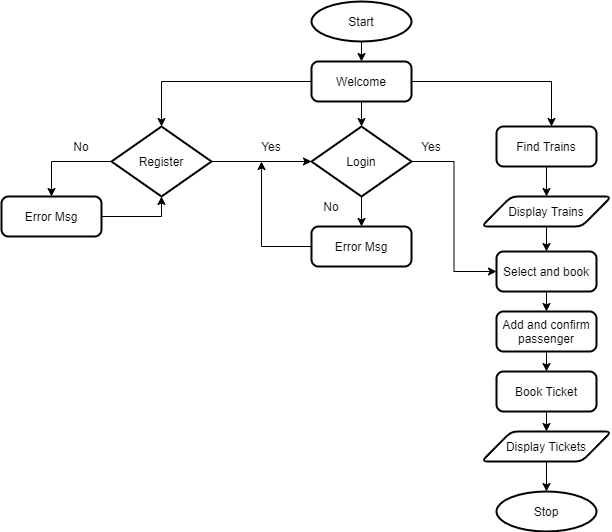
rushii1192/trainTicketManagementSystem keeps this draw.io diagram as src/com/ttms/frontend/Icons/ttmsflowchart.png. Above is the earlier version. Source tidied: cells renumbered, new cells last; positions are measured from the earlier drawing's top-left corner, leaving out a move shared by most shapes. Source of this version:
```xml
<mxGraphModel>
  <root>
    <mxCell id="0" />
    <mxCell id="1" parent="0" />
    <mxCell id="2" style="edgeStyle=orthogonalEdgeStyle;rounded=0;jettySize=auto;html=1;exitX=0.5;exitY=1;exitDx=0;exitDy=0;exitPerimeter=0;entryX=0.5;entryY=0;entryDx=0;entryDy=0;" parent="1" edge="1" source="3" target="7">
      <mxGeometry relative="1" as="geometry" />
    </mxCell>
    <mxCell id="3" value="Start" style="strokeWidth=2;html=1;shape=mxgraph.flowchart.start_1;whiteSpace=wrap;" parent="1" vertex="1">
      <mxGeometry x="310" width="100" height="40" as="geometry" />
    </mxCell>
    <mxCell id="4" style="edgeStyle=orthogonalEdgeStyle;rounded=0;jettySize=auto;html=1;entryX=0.5;entryY=0;entryDx=0;entryDy=0;entryPerimeter=0;" parent="1" edge="1" source="7">
      <mxGeometry relative="1" as="geometry">
        <mxPoint x="550" y="125" as="targetPoint" />
      </mxGeometry>
    </mxCell>
    <mxCell id="5" style="edgeStyle=orthogonalEdgeStyle;rounded=0;jettySize=auto;html=1;entryX=0.5;entryY=0;entryDx=0;entryDy=0;entryPerimeter=0;" parent="1" edge="1" source="7" target="10">
      <mxGeometry relative="1" as="geometry" />
    </mxCell>
    <mxCell id="6" style="edgeStyle=orthogonalEdgeStyle;rounded=0;jettySize=auto;html=1;exitX=0.5;exitY=1;exitDx=0;exitDy=0;entryX=0.5;entryY=0;entryDx=0;entryDy=0;" parent="1" edge="1" source="7">
      <mxGeometry relative="1" as="geometry">
        <mxPoint x="360" y="125" as="targetPoint" />
      </mxGeometry>
    </mxCell>
    <mxCell id="7" value="Welcome" style="rounded=1;whiteSpace=wrap;html=1;absoluteArcSize=1;arcSize=14;strokeWidth=2;" parent="1" vertex="1">
      <mxGeometry x="310" y="60" width="100" height="40" as="geometry" />
    </mxCell>
    <mxCell id="8" style="edgeStyle=orthogonalEdgeStyle;rounded=0;jettySize=auto;html=1;entryX=0.5;entryY=0;entryDx=0;entryDy=0;" parent="1" edge="1" source="10" target="12">
      <mxGeometry relative="1" as="geometry" />
    </mxCell>
    <mxCell id="9" style="edgeStyle=orthogonalEdgeStyle;rounded=0;jettySize=auto;html=1;entryX=0;entryY=0.5;entryDx=0;entryDy=0;entryPerimeter=0;" parent="1" edge="1" source="10" target="31">
      <mxGeometry relative="1" as="geometry" />
    </mxCell>
    <mxCell id="10" value="Register" style="strokeWidth=2;html=1;shape=mxgraph.flowchart.decision;whiteSpace=wrap;" parent="1" vertex="1">
      <mxGeometry x="110" y="125" width="100" height="70" as="geometry" />
    </mxCell>
    <mxCell id="11" style="edgeStyle=orthogonalEdgeStyle;rounded=0;jettySize=auto;html=1;entryX=0.5;entryY=1;entryDx=0;entryDy=0;entryPerimeter=0;" parent="1" edge="1" source="12" target="10">
      <mxGeometry relative="1" as="geometry" />
    </mxCell>
    <mxCell id="12" value="Error Msg" style="rounded=1;whiteSpace=wrap;html=1;absoluteArcSize=1;arcSize=14;strokeWidth=2;" parent="1" vertex="1">
      <mxGeometry y="195" width="100" height="40" as="geometry" />
    </mxCell>
    <mxCell id="13" value="No" style="rounded=0;whiteSpace=wrap;html=1;strokeColor=#FFFFFF;" parent="1" vertex="1">
      <mxGeometry x="60" y="135" width="40" height="20" as="geometry" />
    </mxCell>
    <mxCell id="14" style="edgeStyle=orthogonalEdgeStyle;rounded=0;jettySize=auto;html=1;entryX=0.5;entryY=0;entryDx=0;entryDy=0;" parent="1" edge="1" source="15" target="17">
      <mxGeometry relative="1" as="geometry" />
    </mxCell>
    <mxCell id="15" value="Find Trains" style="rounded=1;whiteSpace=wrap;html=1;absoluteArcSize=1;arcSize=14;strokeWidth=2;" parent="1" vertex="1">
      <mxGeometry x="495" y="125" width="100" height="40" as="geometry" />
    </mxCell>
    <mxCell id="16" style="edgeStyle=orthogonalEdgeStyle;rounded=0;jettySize=auto;html=1;" parent="1" edge="1" source="17" target="19">
      <mxGeometry relative="1" as="geometry" />
    </mxCell>
    <mxCell id="17" value="Display Trains" style="shape=parallelogram;html=1;strokeWidth=2;perimeter=parallelogramPerimeter;whiteSpace=wrap;rounded=1;arcSize=12;size=0.23;" parent="1" vertex="1">
      <mxGeometry x="480" y="195" width="130" height="30" as="geometry" />
    </mxCell>
    <mxCell id="18" style="edgeStyle=orthogonalEdgeStyle;rounded=0;jettySize=auto;html=1;exitX=0.5;exitY=1;exitDx=0;exitDy=0;entryX=0.5;entryY=0;entryDx=0;entryDy=0;" parent="1" edge="1" source="19" target="21">
      <mxGeometry relative="1" as="geometry" />
    </mxCell>
    <mxCell id="19" value="Select and book" style="rounded=1;whiteSpace=wrap;html=1;absoluteArcSize=1;arcSize=14;strokeWidth=2;" parent="1" vertex="1">
      <mxGeometry x="495" y="250" width="100" height="40" as="geometry" />
    </mxCell>
    <mxCell id="20" style="edgeStyle=orthogonalEdgeStyle;rounded=0;jettySize=auto;html=1;exitX=0.5;exitY=1;exitDx=0;exitDy=0;entryX=0.5;entryY=0;entryDx=0;entryDy=0;" parent="1" edge="1" source="21" target="23">
      <mxGeometry relative="1" as="geometry" />
    </mxCell>
    <mxCell id="21" value="Add and confirm passenger" style="rounded=1;whiteSpace=wrap;html=1;absoluteArcSize=1;arcSize=14;strokeWidth=2;" parent="1" vertex="1">
      <mxGeometry x="495" y="310" width="100" height="40" as="geometry" />
    </mxCell>
    <mxCell id="22" style="edgeStyle=orthogonalEdgeStyle;rounded=0;jettySize=auto;html=1;exitX=0.5;exitY=1;exitDx=0;exitDy=0;entryX=0.5;entryY=0;entryDx=0;entryDy=0;" parent="1" edge="1" source="23" target="25">
      <mxGeometry relative="1" as="geometry" />
    </mxCell>
    <mxCell id="23" value="Book Ticket" style="rounded=1;whiteSpace=wrap;html=1;absoluteArcSize=1;arcSize=14;strokeWidth=2;" parent="1" vertex="1">
      <mxGeometry x="495" y="370" width="100" height="40" as="geometry" />
    </mxCell>
    <mxCell id="24" style="edgeStyle=orthogonalEdgeStyle;rounded=0;jettySize=auto;html=1;exitX=0.5;exitY=1;exitDx=0;exitDy=0;entryX=0.5;entryY=0;entryDx=0;entryDy=0;entryPerimeter=0;" parent="1" edge="1" source="25" target="26">
      <mxGeometry relative="1" as="geometry" />
    </mxCell>
    <mxCell id="25" value="Display Tickets" style="shape=parallelogram;html=1;strokeWidth=2;perimeter=parallelogramPerimeter;whiteSpace=wrap;rounded=1;arcSize=12;size=0.23;" parent="1" vertex="1">
      <mxGeometry x="480" y="430" width="130" height="30" as="geometry" />
    </mxCell>
    <mxCell id="26" value="Stop" style="strokeWidth=2;html=1;shape=mxgraph.flowchart.start_1;whiteSpace=wrap;" parent="1" vertex="1">
      <mxGeometry x="495" y="490" width="100" height="40" as="geometry" />
    </mxCell>
    <mxCell id="27" style="edgeStyle=orthogonalEdgeStyle;rounded=0;jettySize=auto;html=1;" parent="1" edge="1" source="28">
      <mxGeometry relative="1" as="geometry">
        <mxPoint x="260" y="160" as="targetPoint" />
      </mxGeometry>
    </mxCell>
    <mxCell id="28" value="Error Msg" style="rounded=1;whiteSpace=wrap;html=1;absoluteArcSize=1;arcSize=14;strokeWidth=2;" parent="1" vertex="1">
      <mxGeometry x="310" y="225" width="100" height="40" as="geometry" />
    </mxCell>
    <mxCell id="29" style="edgeStyle=orthogonalEdgeStyle;rounded=0;jettySize=auto;html=1;entryX=0;entryY=0.5;entryDx=0;entryDy=0;" parent="1" edge="1" source="31" target="19">
      <mxGeometry relative="1" as="geometry" />
    </mxCell>
    <mxCell id="30" style="edgeStyle=orthogonalEdgeStyle;rounded=0;jettySize=auto;html=1;exitX=0.5;exitY=1;exitDx=0;exitDy=0;exitPerimeter=0;entryX=0.5;entryY=0;entryDx=0;entryDy=0;" parent="1" edge="1" source="31" target="28">
      <mxGeometry relative="1" as="geometry" />
    </mxCell>
    <mxCell id="31" value="Login" style="strokeWidth=2;html=1;shape=mxgraph.flowchart.decision;whiteSpace=wrap;" parent="1" vertex="1">
      <mxGeometry x="310" y="125" width="100" height="70" as="geometry" />
    </mxCell>
    <mxCell id="32" value="No" style="rounded=0;whiteSpace=wrap;html=1;strokeColor=#FFFFFF;" parent="1" vertex="1">
      <mxGeometry x="310" y="195" width="40" height="20" as="geometry" />
    </mxCell>
    <mxCell id="33" value="Yes" style="rounded=0;whiteSpace=wrap;html=1;strokeColor=#FFFFFF;" parent="1" vertex="1">
      <mxGeometry x="250" y="135" width="40" height="20" as="geometry" />
    </mxCell>
    <mxCell id="34" value="Yes" style="rounded=0;whiteSpace=wrap;html=1;strokeColor=#FFFFFF;" parent="1" vertex="1">
      <mxGeometry x="410" y="135" width="40" height="20" as="geometry" />
    </mxCell>
  </root>
</mxGraphModel>
```
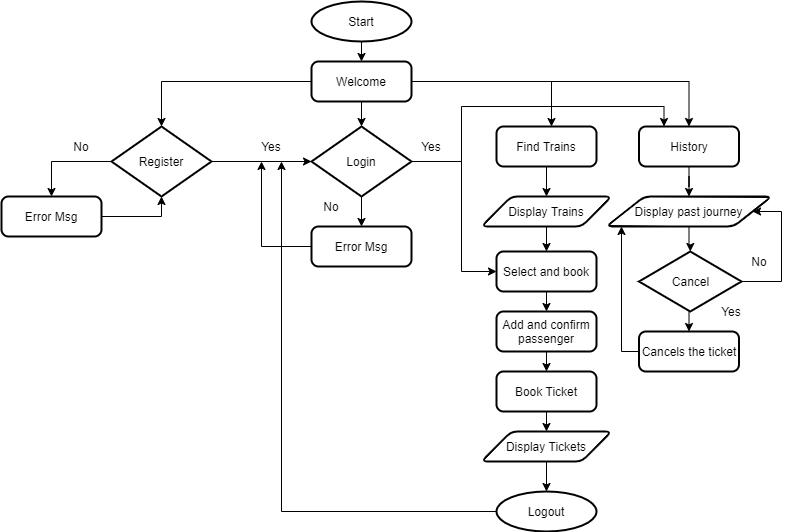
Later version of the same file.

Diff of the diagram source:
```diff
@@ -21,6 +21,9 @@
         <mxPoint x="360" y="125" as="targetPoint" />
       </mxGeometry>
     </mxCell>
+    <mxCell id="35" style="edgeStyle=orthogonalEdgeStyle;rounded=0;jettySize=auto;html=1;entryX=0.5;entryY=0;entryDx=0;entryDy=0;" parent="1" edge="1" source="7" target="39">
+      <mxGeometry relative="1" as="geometry" />
+    </mxCell>
     <mxCell id="7" value="Welcome" style="rounded=1;whiteSpace=wrap;html=1;absoluteArcSize=1;arcSize=14;strokeWidth=2;" parent="1" vertex="1">
       <mxGeometry x="310" y="60" width="100" height="40" as="geometry" />
     </mxCell>
@@ -78,7 +81,12 @@
     <mxCell id="25" value="Display Tickets" style="shape=parallelogram;html=1;strokeWidth=2;perimeter=parallelogramPerimeter;whiteSpace=wrap;rounded=1;arcSize=12;size=0.23;" parent="1" vertex="1">
       <mxGeometry x="480" y="430" width="130" height="30" as="geometry" />
     </mxCell>
+    <mxCell id="36" style="edgeStyle=orthogonalEdgeStyle;rounded=0;jettySize=auto;html=1;" parent="1" edge="1" source="26">
+      <mxGeometry relative="1" as="geometry">
+        <mxPoint x="280" y="160" as="targetPoint" />
+      </mxGeometry>
+    </mxCell>
-    <mxCell id="26" value="Stop" style="strokeWidth=2;html=1;shape=mxgraph.flowchart.start_1;whiteSpace=wrap;" parent="1" vertex="1">
+    <mxCell id="26" value="Logout" style="strokeWidth=2;html=1;shape=mxgraph.flowchart.start_1;whiteSpace=wrap;" parent="1" vertex="1">
       <mxGeometry x="495" y="490" width="100" height="40" as="geometry" />
     </mxCell>
     <mxCell id="27" style="edgeStyle=orthogonalEdgeStyle;rounded=0;jettySize=auto;html=1;" parent="1" edge="1" source="28">
@@ -90,11 +98,25 @@
       <mxGeometry x="310" y="225" width="100" height="40" as="geometry" />
     </mxCell>
     <mxCell id="29" style="edgeStyle=orthogonalEdgeStyle;rounded=0;jettySize=auto;html=1;entryX=0;entryY=0.5;entryDx=0;entryDy=0;" parent="1" edge="1" source="31" target="19">
-      <mxGeometry relative="1" as="geometry" />
+      <mxGeometry relative="1" as="geometry">
+        <Array as="points">
+          <mxPoint x="460" y="160" />
+          <mxPoint x="460" y="270" />
+        </Array>
+      </mxGeometry>
     </mxCell>
     <mxCell id="30" style="edgeStyle=orthogonalEdgeStyle;rounded=0;jettySize=auto;html=1;exitX=0.5;exitY=1;exitDx=0;exitDy=0;exitPerimeter=0;entryX=0.5;entryY=0;entryDx=0;entryDy=0;" parent="1" edge="1" source="31" target="28">
       <mxGeometry relative="1" as="geometry" />
     </mxCell>
+    <mxCell id="37" style="edgeStyle=orthogonalEdgeStyle;rounded=0;jettySize=auto;html=1;entryX=0.25;entryY=0;entryDx=0;entryDy=0;" parent="1" edge="1" source="31" target="39">
+      <mxGeometry relative="1" as="geometry">
+        <Array as="points">
+          <mxPoint x="460" y="160" />
+          <mxPoint x="460" y="105" />
+          <mxPoint x="663" y="105" />
+        </Array>
+      </mxGeometry>
+    </mxCell>
     <mxCell id="31" value="Login" style="strokeWidth=2;html=1;shape=mxgraph.flowchart.decision;whiteSpace=wrap;" parent="1" vertex="1">
       <mxGeometry x="310" y="125" width="100" height="70" as="geometry" />
     </mxCell>
@@ -107,5 +129,49 @@
     <mxCell id="34" value="Yes" style="rounded=0;whiteSpace=wrap;html=1;strokeColor=#FFFFFF;" parent="1" vertex="1">
       <mxGeometry x="410" y="135" width="40" height="20" as="geometry" />
     </mxCell>
+    <mxCell id="38" style="edgeStyle=orthogonalEdgeStyle;rounded=0;jettySize=auto;html=1;entryX=0.5;entryY=0;entryDx=0;entryDy=0;" parent="1" edge="1" source="39" target="41">
+      <mxGeometry relative="1" as="geometry" />
+    </mxCell>
+    <mxCell id="39" value="History" style="rounded=1;whiteSpace=wrap;html=1;absoluteArcSize=1;arcSize=14;strokeWidth=2;" parent="1" vertex="1">
+      <mxGeometry x="637.5" y="125" width="100" height="40" as="geometry" />
+    </mxCell>
+    <mxCell id="40" style="edgeStyle=orthogonalEdgeStyle;rounded=0;jettySize=auto;html=1;exitX=0.5;exitY=1;exitDx=0;exitDy=0;" parent="1" edge="1" source="41" target="44">
+      <mxGeometry relative="1" as="geometry" />
+    </mxCell>
+    <mxCell id="41" value="Display past journey" style="shape=parallelogram;html=1;strokeWidth=2;perimeter=parallelogramPerimeter;whiteSpace=wrap;rounded=1;arcSize=12;size=0.23;" parent="1" vertex="1">
+      <mxGeometry x="605" y="195" width="165" height="30" as="geometry" />
+    </mxCell>
+    <mxCell id="42" style="edgeStyle=orthogonalEdgeStyle;rounded=0;jettySize=auto;html=1;entryX=1;entryY=0.5;entryDx=0;entryDy=0;" parent="1" edge="1" source="44" target="41">
+      <mxGeometry relative="1" as="geometry">
+        <Array as="points">
+          <mxPoint x="780" y="280" />
+          <mxPoint x="780" y="210" />
+        </Array>
+      </mxGeometry>
+    </mxCell>
+    <mxCell id="43" style="edgeStyle=orthogonalEdgeStyle;rounded=0;jettySize=auto;html=1;exitX=0.5;exitY=1;exitDx=0;exitDy=0;exitPerimeter=0;entryX=0.5;entryY=0;entryDx=0;entryDy=0;" parent="1" edge="1" source="44" target="47">
+      <mxGeometry relative="1" as="geometry" />
+    </mxCell>
+    <mxCell id="44" value="Cancel" style="strokeWidth=2;html=1;shape=mxgraph.flowchart.decision;whiteSpace=wrap;" parent="1" vertex="1">
+      <mxGeometry x="637.5" y="250" width="102.5" height="60" as="geometry" />
+    </mxCell>
+    <mxCell id="45" value="No" style="rounded=0;whiteSpace=wrap;html=1;strokeColor=#FFFFFF;" parent="1" vertex="1">
+      <mxGeometry x="737.5" y="250" width="40" height="20" as="geometry" />
+    </mxCell>
+    <mxCell id="46" style="edgeStyle=orthogonalEdgeStyle;rounded=0;jettySize=auto;html=1;" parent="1" edge="1" source="47">
+      <mxGeometry relative="1" as="geometry">
+        <mxPoint x="620" y="225" as="targetPoint" />
+        <Array as="points">
+          <mxPoint x="620" y="350" />
+          <mxPoint x="620" y="225" />
+        </Array>
+      </mxGeometry>
+    </mxCell>
+    <mxCell id="47" value="Cancels the ticket" style="rounded=1;whiteSpace=wrap;html=1;absoluteArcSize=1;arcSize=14;strokeWidth=2;" parent="1" vertex="1">
+      <mxGeometry x="637.5" y="330" width="100" height="40" as="geometry" />
+    </mxCell>
+    <mxCell id="48" value="Yes" style="rounded=0;whiteSpace=wrap;html=1;strokeColor=#FFFFFF;" parent="1" vertex="1">
+      <mxGeometry x="710" y="300" width="40" height="20" as="geometry" />
+    </mxCell>
   </root>
 </mxGraphModel>
```
